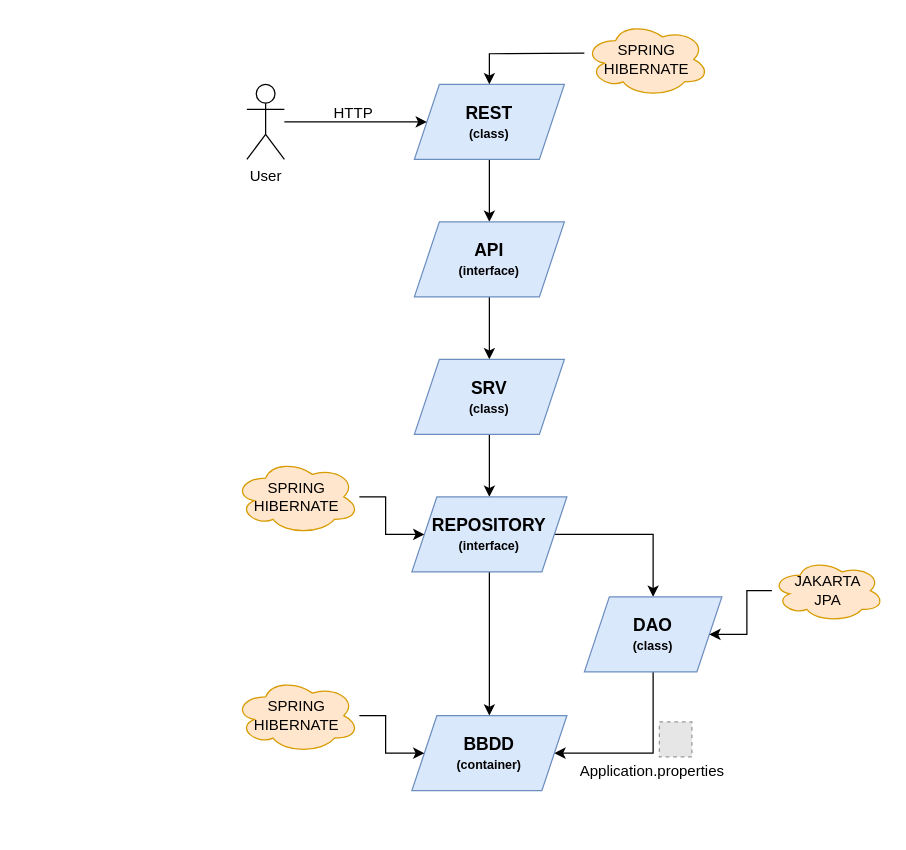
Before: guide/ProgramFlaw.drawio in AngelG25/taskManagement, a draw.io diagram. Source tidied: cells renumbered, new cells numbered last; positions are measured from the earlier drawing's top-left corner, leaving out a move shared by most shapes. Both pictures are drawn from the tidied source at 125%, with x=0, y=0 at pixel (234, 21). Pictures stored in the file or linked from it are replaced by grey dashed boxes.
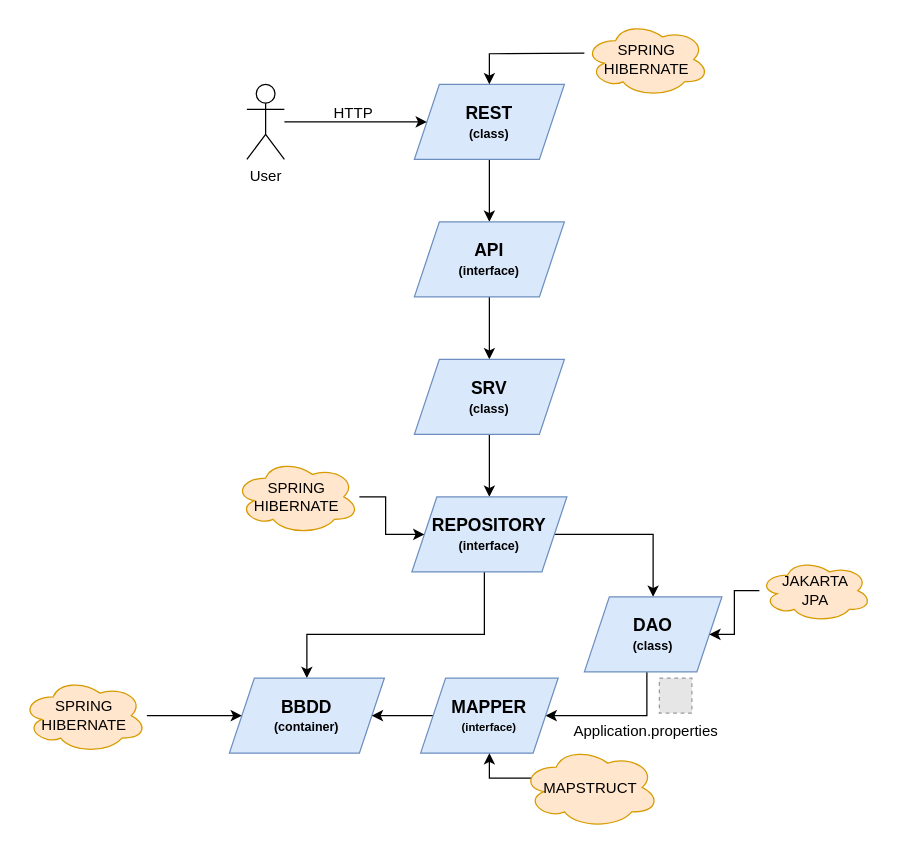
After the change.

The change refers to these unchanged cells:
```xml
<mxCell id="14" value="&lt;span style=&quot;font-size: 14px;&quot;&gt;&lt;b&gt;REPOSITORY&lt;/b&gt;&lt;/span&gt;&lt;br&gt;&lt;div&gt;&lt;font size=&quot;1&quot;&gt;&lt;b&gt;(interface)&lt;/b&gt;&lt;/font&gt;&lt;/div&gt;" style="shape=parallelogram;perimeter=parallelogramPerimeter;whiteSpace=wrap;html=1;fixedSize=1;fillColor=#dae8fc;strokeColor=#6c8ebf;" parent="1" vertex="1">
  <mxGeometry x="142" y="380" width="124" height="60" as="geometry" />
</mxCell>
<mxCell id="18" value="&lt;span style=&quot;font-size: 14px;&quot;&gt;&lt;b&gt;DAO&lt;/b&gt;&lt;/span&gt;&lt;br&gt;&lt;div&gt;&lt;font size=&quot;1&quot;&gt;&lt;b&gt;(class)&lt;/b&gt;&lt;/font&gt;&lt;/div&gt;" style="shape=parallelogram;perimeter=parallelogramPerimeter;whiteSpace=wrap;html=1;fixedSize=1;fillColor=#dae8fc;strokeColor=#6c8ebf;" parent="1" vertex="1">
  <mxGeometry x="280" y="460" width="110" height="60" as="geometry" />
</mxCell>
```

What changed in the source:
```diff
@@
-    <mxCell id="13" style="edgeStyle=orthogonalEdgeStyle;rounded=0;jettySize=auto;html=1;" parent="1" edge="1" source="14" target="21">
-      <mxGeometry relative="1" as="geometry" />
+    <mxCell id="13" style="edgeStyle=orthogonalEdgeStyle;rounded=0;jettySize=auto;html=1;entryX=0.5;entryY=0;entryDx=0;entryDy=0;" parent="1" edge="1" source="14" target="21">
+      <mxGeometry relative="1" as="geometry">
+        <Array as="points">
+          <mxPoint x="200" y="490" />
+          <mxPoint x="58" y="490" />
+        </Array>
+      </mxGeometry>
     </mxCell>
@@
-    <mxCell id="17" style="edgeStyle=orthogonalEdgeStyle;rounded=0;jettySize=auto;html=1;exitX=0.5;exitY=1;exitDx=0;exitDy=0;entryX=1;entryY=0.5;entryDx=0;entryDy=0;" parent="1" edge="1" source="18" target="21">
-      <mxGeometry relative="1" as="geometry">
-        <Array as="points">
-          <mxPoint x="335" y="585" />
-        </Array>
-      </mxGeometry>
-    </mxCell>
+    <mxCell id="27" style="edgeStyle=orthogonalEdgeStyle;rounded=0;jettySize=auto;html=1;entryX=1;entryY=0.5;entryDx=0;entryDy=0;" parent="1" edge="1" source="18" target="29">
+      <mxGeometry relative="1" as="geometry">
+        <Array as="points">
+          <mxPoint x="330" y="555" />
+        </Array>
+      </mxGeometry>
+    </mxCell>
@@
     <mxCell id="20" value="JAKARTA&lt;div&gt;JPA&lt;/div&gt;" style="ellipse;shape=cloud;whiteSpace=wrap;html=1;fillColor=#ffe6cc;strokeColor=#d79b00;" parent="1" vertex="1">
-      <mxGeometry x="430" y="430" width="90" height="50" as="geometry" />
+      <mxGeometry x="420" y="430" width="90" height="50" as="geometry" />
     </mxCell>
     <mxCell id="21" value="&lt;span style=&quot;font-size: 14px;&quot;&gt;&lt;b&gt;BBDD&lt;/b&gt;&lt;/span&gt;&lt;br&gt;&lt;div&gt;&lt;font size=&quot;1&quot;&gt;&lt;b&gt;(container)&lt;/b&gt;&lt;/font&gt;&lt;/div&gt;" style="shape=parallelogram;perimeter=parallelogramPerimeter;whiteSpace=wrap;html=1;fixedSize=1;fillColor=#dae8fc;strokeColor=#6c8ebf;" parent="1" vertex="1">
-      <mxGeometry x="142" y="555" width="124" height="60" as="geometry" />
+      <mxGeometry x="-4" y="525" width="124" height="60" as="geometry" />
     </mxCell>
@@
     <mxCell id="23" value="SPRING&lt;div&gt;HIBERNATE&lt;/div&gt;" style="ellipse;shape=cloud;whiteSpace=wrap;html=1;fillColor=#ffe6cc;strokeColor=#d79b00;" parent="1" vertex="1">
-      <mxGeometry y="525" width="100" height="60" as="geometry" />
+      <mxGeometry x="-170" y="525" width="100" height="60" as="geometry" />
     </mxCell>
     <mxCell id="24" value="Application.properties" style="text;html=1;align=center;verticalAlign=middle;strokeColor=none;fillColor=none;" parent="1" vertex="1">
-      <mxGeometry x="264" y="585" width="140" height="30" as="geometry" />
+      <mxGeometry x="259" y="553" width="140" height="30" as="geometry" />
     </mxCell>
     <mxCell id="25" style="fillColor=#E6E6E6;strokeColor=#999999;dashed=1;verticalLabelPosition=bottom;labelBackgroundColor=default;verticalAlign=top;" parent="1" vertex="1">
-      <mxGeometry x="340" y="560" width="26" height="28" as="geometry" />
+      <mxGeometry x="340" y="525" width="26" height="28" as="geometry" />
     </mxCell>
@@
+    <mxCell id="28" style="edgeStyle=orthogonalEdgeStyle;rounded=0;jettySize=auto;html=1;" parent="1" edge="1" source="29" target="21">
+      <mxGeometry relative="1" as="geometry" />
+    </mxCell>
+    <mxCell id="29" value="&lt;font style=&quot;font-size: 14px;&quot;&gt;&lt;b style=&quot;&quot;&gt;MAPPER&lt;/b&gt;&lt;/font&gt;&lt;div&gt;&lt;font style=&quot;font-size: 9px;&quot;&gt;&lt;b style=&quot;&quot;&gt;(interface)&lt;/b&gt;&lt;/font&gt;&lt;/div&gt;" style="shape=parallelogram;perimeter=parallelogramPerimeter;whiteSpace=wrap;html=1;fixedSize=1;fillColor=#dae8fc;strokeColor=#6c8ebf;" parent="1" vertex="1">
+      <mxGeometry x="149" y="525" width="110" height="60" as="geometry" />
+    </mxCell>
+    <mxCell id="30" style="edgeStyle=orthogonalEdgeStyle;rounded=0;jettySize=auto;html=1;exitX=0.07;exitY=0.4;exitDx=0;exitDy=0;exitPerimeter=0;entryX=0.5;entryY=1;entryDx=0;entryDy=0;" parent="1" edge="1" source="31" target="29">
+      <mxGeometry relative="1" as="geometry">
+        <Array as="points">
+          <mxPoint x="246" y="605" />
+          <mxPoint x="204" y="605" />
+        </Array>
+      </mxGeometry>
+    </mxCell>
+    <mxCell id="31" value="MAPSTRUCT" style="ellipse;shape=cloud;whiteSpace=wrap;html=1;fillColor=#ffe6cc;strokeColor=#d79b00;" parent="1" vertex="1">
+      <mxGeometry x="230" y="580" width="110" height="65" as="geometry" />
+    </mxCell>
```
